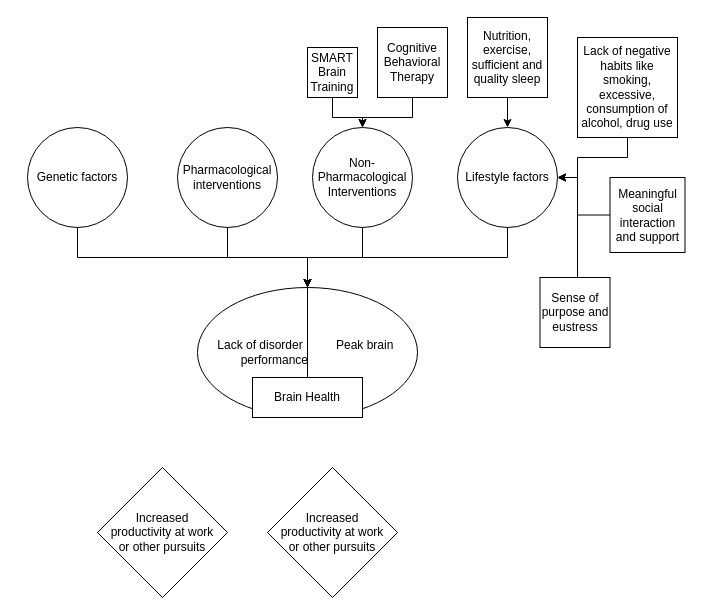
The draw.io diagram Brainomics diagram.drawio in gennacampain/RProjects, before the edit. Source tidied: cells renumbered, new cells numbered last; positions are measured from the earlier drawing's top-left corner, leaving out a move shared by most shapes. Both pictures are drawn from the tidied source at 100%, with x=0, y=0 at pixel (27, 17).
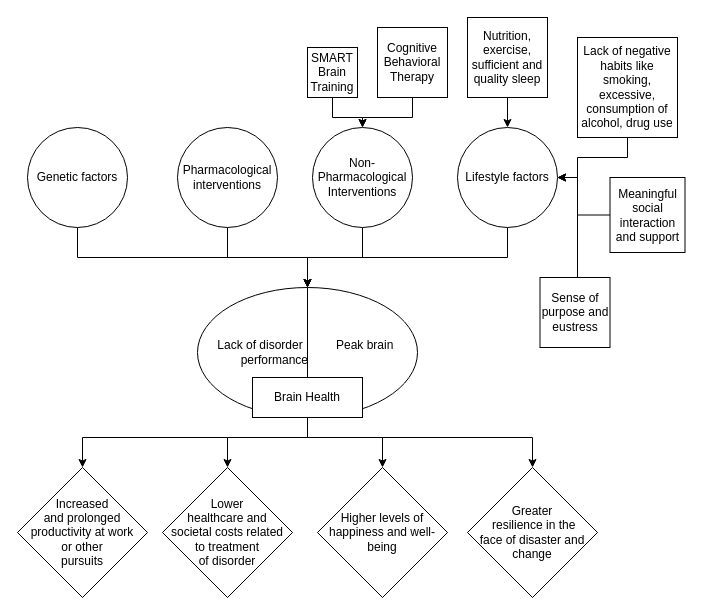
After the change.

The change refers to these unchanged cells:
```xml
<mxCell id="25" value="Brain Health" style="rounded=0;whiteSpace=wrap;html=1;" parent="1" vertex="1">
  <mxGeometry x="225" y="360" width="110" height="40" as="geometry" />
</mxCell>
```

Diff of the diagram source:
```diff
@@
+    <mxCell id="28" style="edgeStyle=orthogonalEdgeStyle;rounded=0;jettySize=auto;html=1;" parent="1" edge="1" source="25" target="33">
+      <mxGeometry relative="1" as="geometry">
+        <Array as="points">
+          <mxPoint x="280" y="420" />
+          <mxPoint x="355" y="420" />
+        </Array>
+      </mxGeometry>
+    </mxCell>
+    <mxCell id="29" style="edgeStyle=orthogonalEdgeStyle;rounded=0;jettySize=auto;html=1;" parent="1" edge="1" source="25" target="32">
+      <mxGeometry relative="1" as="geometry">
+        <Array as="points">
+          <mxPoint x="280" y="420" />
+          <mxPoint x="200" y="420" />
+        </Array>
+      </mxGeometry>
+    </mxCell>
+    <mxCell id="30" style="edgeStyle=orthogonalEdgeStyle;rounded=0;jettySize=auto;html=1;entryX=0.5;entryY=0;entryDx=0;entryDy=0;exitX=0.5;exitY=1;exitDx=0;exitDy=0;" parent="1" edge="1" source="25" target="34">
+      <mxGeometry relative="1" as="geometry">
+        <Array as="points">
+          <mxPoint x="280" y="420" />
+          <mxPoint x="505" y="420" />
+        </Array>
+      </mxGeometry>
+    </mxCell>
+    <mxCell id="31" style="edgeStyle=orthogonalEdgeStyle;rounded=0;jettySize=auto;html=1;entryX=0.5;entryY=0;entryDx=0;entryDy=0;" parent="1" edge="1" source="25" target="26">
+      <mxGeometry relative="1" as="geometry">
+        <Array as="points">
+          <mxPoint x="280" y="420" />
+          <mxPoint x="55" y="420" />
+        </Array>
+      </mxGeometry>
+    </mxCell>
@@
-    <mxCell id="26" value="Increased &lt;br&gt;productivity at work &lt;br&gt;or other pursuits" style="rhombus;whiteSpace=wrap;html=1;" parent="1" vertex="1">
-      <mxGeometry x="70" y="450" width="130" height="130" as="geometry" />
+    <mxCell id="26" value="Increased &lt;br&gt;and prolonged&lt;br&gt;productivity at work &lt;br&gt;or other &lt;br&gt;pursuits" style="rhombus;whiteSpace=wrap;html=1;" parent="1" vertex="1">
+      <mxGeometry x="-10" y="450" width="130" height="130" as="geometry" />
     </mxCell>
-    <mxCell id="27" value="Increased &lt;br&gt;productivity at work &lt;br&gt;or other pursuits" style="rhombus;whiteSpace=wrap;html=1;" parent="1" vertex="1">
-      <mxGeometry x="240" y="450" width="130" height="130" as="geometry" />
-    </mxCell>
+    <mxCell id="32" value="Lower &lt;br&gt;healthcare and &lt;br&gt;societal costs related &lt;br&gt;to treatment &lt;br&gt;of disorder" style="rhombus;whiteSpace=wrap;html=1;" parent="1" vertex="1">
+      <mxGeometry x="135" y="450" width="130" height="130" as="geometry" />
+    </mxCell>
+    <mxCell id="33" value="Higher levels of happiness and well-being" style="rhombus;whiteSpace=wrap;html=1;" parent="1" vertex="1">
+      <mxGeometry x="290" y="450" width="130" height="130" as="geometry" />
+    </mxCell>
+    <mxCell id="34" value="Greater &lt;br&gt;&amp;nbsp;resilience in the &lt;br&gt;face of disaster and&lt;br&gt;change" style="rhombus;whiteSpace=wrap;html=1;" parent="1" vertex="1">
+      <mxGeometry x="440" y="450" width="130" height="130" as="geometry" />
+    </mxCell>
```
